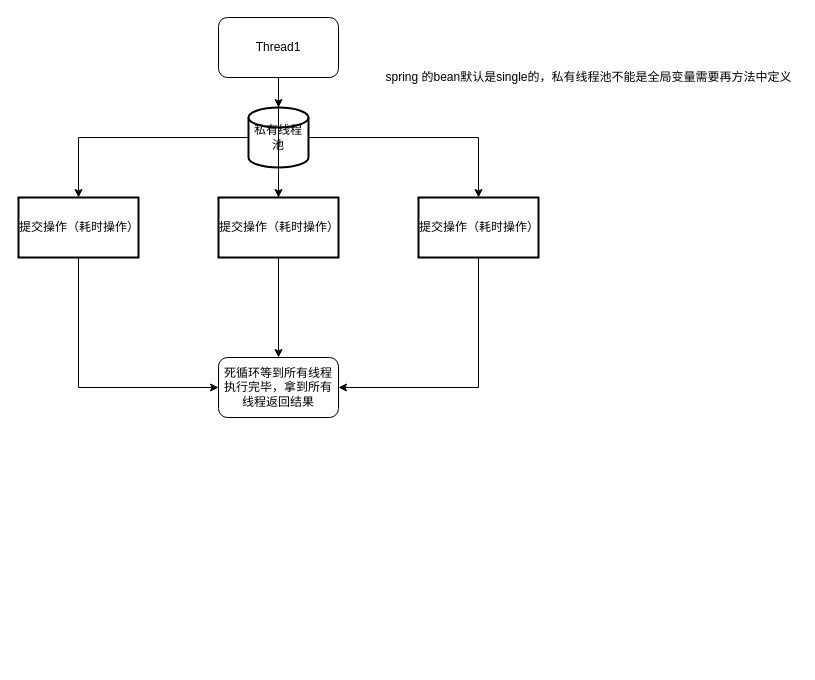
Earlier version of the draw.io diagram Untitled Diagram.drawio (GaoAng-HRERS/diagram). Source tidied: cells renumbered, new cells numbered last; positions are measured from the earlier drawing's top-left corner, leaving out a move shared by most shapes. Both pictures are drawn from the tidied source at 100%, with x=0, y=0 at pixel (18, 17).
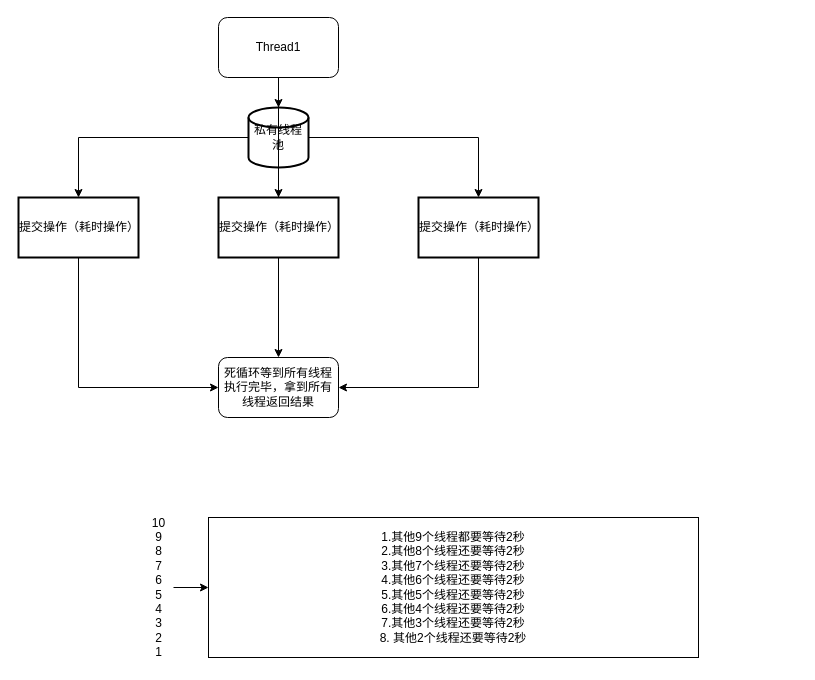
The same diagram, later.

What changed in the source:
```diff
@@
 <mxGraphModel>
   <root>
     <mxCell id="0" />
     <mxCell id="1" parent="0" />
     <mxCell id="2" style="edgeStyle=orthogonalEdgeStyle;rounded=0;jettySize=auto;html=1;entryX=0.5;entryY=0;entryDx=0;entryDy=0;entryPerimeter=0;" parent="1" edge="1" source="4" target="8">
       <mxGeometry relative="1" as="geometry" />
     </mxCell>
     <mxCell id="3" style="edgeStyle=orthogonalEdgeStyle;rounded=0;jettySize=auto;html=1;startArrow=none;" parent="1" edge="1" source="10" target="9">
       <mxGeometry relative="1" as="geometry" />
     </mxCell>
     <mxCell id="4" value="Thread1" style="rounded=1;whiteSpace=wrap;html=1;" parent="1" vertex="1">
       <mxGeometry x="200" width="120" height="60" as="geometry" />
     </mxCell>
     <mxCell id="5" style="edgeStyle=orthogonalEdgeStyle;rounded=0;jettySize=auto;html=1;" parent="1" edge="1" source="8" target="10">
       <mxGeometry relative="1" as="geometry" />
     </mxCell>
     <mxCell id="6" style="edgeStyle=orthogonalEdgeStyle;rounded=0;jettySize=auto;html=1;" parent="1" edge="1" source="8" target="15">
       <mxGeometry relative="1" as="geometry" />
     </mxCell>
     <mxCell id="7" style="edgeStyle=orthogonalEdgeStyle;rounded=0;jettySize=auto;html=1;entryX=0.5;entryY=0;entryDx=0;entryDy=0;" parent="1" edge="1" source="8" target="13">
       <mxGeometry relative="1" as="geometry" />
     </mxCell>
     <mxCell id="8" value="私有线程池" style="strokeWidth=2;html=1;shape=mxgraph.flowchart.database;whiteSpace=wrap;" parent="1" vertex="1">
       <mxGeometry x="230" y="90" width="60" height="60" as="geometry" />
     </mxCell>
     <mxCell id="9" value="死循环等到所有线程执行完毕，拿到所有线程返回结果" style="whiteSpace=wrap;html=1;rounded=1;" parent="1" vertex="1">
       <mxGeometry x="200" y="340" width="120" height="60" as="geometry" />
     </mxCell>
     <mxCell id="10" value="提交操作（耗时操作）" style="whiteSpace=wrap;html=1;strokeWidth=2;" parent="1" vertex="1">
       <mxGeometry x="200" y="180" width="120" height="60" as="geometry" />
     </mxCell>
     <mxCell id="11" style="edgeStyle=orthogonalEdgeStyle;rounded=0;jettySize=auto;html=1;endArrow=none;" parent="1" edge="1" source="4" target="10">
       <mxGeometry relative="1" as="geometry" />
     </mxCell>
     <mxCell id="12" style="edgeStyle=orthogonalEdgeStyle;rounded=0;jettySize=auto;html=1;entryX=1;entryY=0.5;entryDx=0;entryDy=0;exitX=0.5;exitY=1;exitDx=0;exitDy=0;" parent="1" edge="1" source="13" target="9">
       <mxGeometry relative="1" as="geometry" />
     </mxCell>
     <mxCell id="13" value="&lt;span&gt;提交操作（耗时操作）&lt;/span&gt;" style="whiteSpace=wrap;html=1;strokeWidth=2;" parent="1" vertex="1">
       <mxGeometry x="400" y="180" width="120" height="60" as="geometry" />
     </mxCell>
     <mxCell id="14" style="edgeStyle=orthogonalEdgeStyle;rounded=0;jettySize=auto;html=1;entryX=0;entryY=0.5;entryDx=0;entryDy=0;exitX=0.5;exitY=1;exitDx=0;exitDy=0;" parent="1" edge="1" source="15" target="9">
       <mxGeometry relative="1" as="geometry" />
     </mxCell>
     <mxCell id="15" value="&lt;span&gt;提交操作（耗时操作）&lt;/span&gt;" style="whiteSpace=wrap;html=1;strokeWidth=2;" parent="1" vertex="1">
       <mxGeometry y="180" width="120" height="60" as="geometry" />
     </mxCell>
-    <mxCell id="16" value="spring 的bean默认是single的，私有线程池不能是全局变量需要再方法中定义" style="text;html=1;align=center;verticalAlign=middle;strokeColor=none;fillColor=none;" parent="1" vertex="1">
-      <mxGeometry x="360" y="50" width="420" height="20" as="geometry" />
-    </mxCell>
+    <mxCell id="17" style="edgeStyle=orthogonalEdgeStyle;rounded=0;jettySize=auto;html=1;" parent="1" edge="1" source="18" target="19">
+      <mxGeometry relative="1" as="geometry" />
+    </mxCell>
+    <mxCell id="18" value="10&lt;br&gt;9&lt;br&gt;8&lt;br&gt;7&lt;br&gt;6&lt;br&gt;5&lt;br&gt;4&lt;br&gt;3&lt;br&gt;2&lt;br&gt;1&lt;br&gt;" style="text;html=1;align=center;verticalAlign=middle;points=[];strokeColor=none;fillColor=none;" parent="1" vertex="1">
+      <mxGeometry x="125" y="495" width="30" height="150" as="geometry" />
+    </mxCell>
+    <mxCell id="19" value="1.其他9个线程都要等待2秒&lt;br&gt;2.其他8个线程还要等待2秒&lt;br&gt;3.其他7个线程还要等待2秒&lt;br&gt;4.其他6个线程还要等待2秒&lt;br&gt;5.其他5个线程还要等待2秒&lt;br&gt;6.其他4个线程还要等待2秒&lt;br&gt;7.其他3个线程还要等待2秒&lt;br&gt;8. 其他2个线程还要等待2秒" style="whiteSpace=wrap;html=1;" parent="1" vertex="1">
+      <mxGeometry x="190" y="500" width="490" height="140" as="geometry" />
+    </mxCell>
   </root>
 </mxGraphModel>
```
